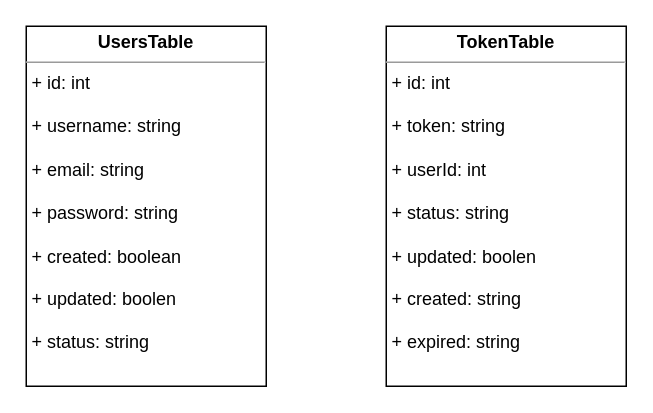
Earlier version of the draw.io diagram feature/fades_auth_db.drawio (ShiryaevNikolay/diagrams). Source tidied: cells renumbered, new cells numbered last; positions are measured from the earlier drawing's top-left corner, leaving out a move shared by most shapes. Both pictures are drawn from the tidied source at 150%, with x=0, y=0 at pixel (26, 26).
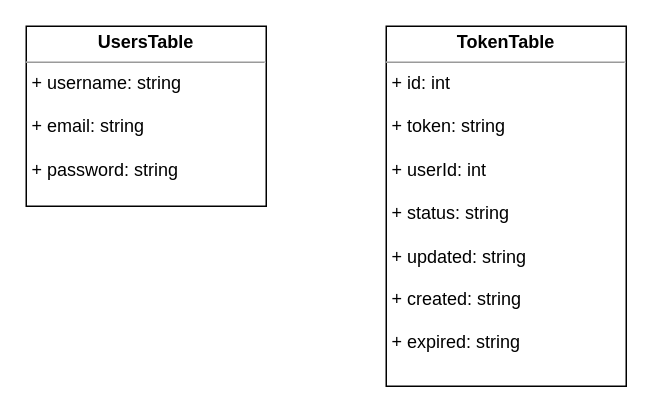
Above is the later version.

The edit, as a diff of the source:
```diff
@@
 <mxGraphModel>
   <root>
     <mxCell id="0" />
     <mxCell id="1" parent="0" />
-    <mxCell id="2" value="&lt;p style=&quot;margin: 0px ; margin-top: 4px ; text-align: center&quot;&gt;&lt;b&gt;UsersTable&lt;/b&gt;&lt;/p&gt;&lt;hr size=&quot;1&quot;&gt;&lt;p style=&quot;margin: 0px ; margin-left: 4px&quot;&gt;+ id: int&lt;/p&gt;&lt;p style=&quot;margin: 0px ; margin-left: 4px&quot;&gt;&lt;br&gt;&lt;/p&gt;&lt;p style=&quot;margin: 0px ; margin-left: 4px&quot;&gt;+ username: string&lt;/p&gt;&lt;p style=&quot;margin: 0px ; margin-left: 4px&quot;&gt;&lt;br&gt;&lt;/p&gt;&lt;p style=&quot;margin: 0px ; margin-left: 4px&quot;&gt;+ email: string&lt;/p&gt;&lt;p style=&quot;margin: 0px ; margin-left: 4px&quot;&gt;&lt;br&gt;&lt;/p&gt;&lt;p style=&quot;margin: 0px ; margin-left: 4px&quot;&gt;+ password: string&lt;/p&gt;&lt;p style=&quot;margin: 0px ; margin-left: 4px&quot;&gt;&lt;br&gt;&lt;/p&gt;&lt;p style=&quot;margin: 0px ; margin-left: 4px&quot;&gt;+ created: boolean&lt;/p&gt;&lt;p style=&quot;margin: 0px ; margin-left: 4px&quot;&gt;&lt;br&gt;&lt;/p&gt;&lt;p style=&quot;margin: 0px ; margin-left: 4px&quot;&gt;+ updated: boolen&lt;/p&gt;&lt;p style=&quot;margin: 0px ; margin-left: 4px&quot;&gt;&lt;br&gt;&lt;/p&gt;&lt;p style=&quot;margin: 0px ; margin-left: 4px&quot;&gt;+ status: string&lt;/p&gt;" style="verticalAlign=top;align=left;overflow=fill;fontSize=12;fontFamily=Helvetica;html=1;" parent="1" vertex="1">
-      <mxGeometry width="160" height="240" as="geometry" />
+    <mxCell id="2" value="&lt;p style=&quot;margin: 0px ; margin-top: 4px ; text-align: center&quot;&gt;&lt;b&gt;UsersTable&lt;/b&gt;&lt;/p&gt;&lt;hr size=&quot;1&quot;&gt;&lt;p style=&quot;margin: 0px ; margin-left: 4px&quot;&gt;&lt;span&gt;+ username: string&lt;/span&gt;&lt;br&gt;&lt;/p&gt;&lt;p style=&quot;margin: 0px ; margin-left: 4px&quot;&gt;&lt;br&gt;&lt;/p&gt;&lt;p style=&quot;margin: 0px ; margin-left: 4px&quot;&gt;+ email: string&lt;/p&gt;&lt;p style=&quot;margin: 0px ; margin-left: 4px&quot;&gt;&lt;br&gt;&lt;/p&gt;&lt;p style=&quot;margin: 0px ; margin-left: 4px&quot;&gt;+ password: string&lt;/p&gt;" style="verticalAlign=top;align=left;overflow=fill;fontSize=12;fontFamily=Helvetica;html=1;" parent="1" vertex="1">
+      <mxGeometry width="160" height="120" as="geometry" />
     </mxCell>
-    <mxCell id="3" value="&lt;p style=&quot;margin: 0px ; margin-top: 4px ; text-align: center&quot;&gt;&lt;b&gt;TokenTable&lt;/b&gt;&lt;/p&gt;&lt;hr size=&quot;1&quot;&gt;&lt;p style=&quot;margin: 0px ; margin-left: 4px&quot;&gt;+ id: int&lt;/p&gt;&lt;p style=&quot;margin: 0px ; margin-left: 4px&quot;&gt;&lt;br&gt;&lt;/p&gt;&lt;p style=&quot;margin: 0px ; margin-left: 4px&quot;&gt;+ token: string&lt;/p&gt;&lt;p style=&quot;margin: 0px ; margin-left: 4px&quot;&gt;&lt;br&gt;&lt;/p&gt;&lt;p style=&quot;margin: 0px ; margin-left: 4px&quot;&gt;+ userId: int&lt;/p&gt;&lt;p style=&quot;margin: 0px ; margin-left: 4px&quot;&gt;&lt;br&gt;&lt;/p&gt;&lt;p style=&quot;margin: 0px ; margin-left: 4px&quot;&gt;+ status: string&lt;/p&gt;&lt;p style=&quot;margin: 0px ; margin-left: 4px&quot;&gt;&lt;br&gt;&lt;/p&gt;&lt;p style=&quot;margin: 0px ; margin-left: 4px&quot;&gt;+ updated: boolen&lt;/p&gt;&lt;p style=&quot;margin: 0px ; margin-left: 4px&quot;&gt;&lt;br&gt;&lt;/p&gt;&lt;p style=&quot;margin: 0px ; margin-left: 4px&quot;&gt;+ created: string&lt;/p&gt;&lt;p style=&quot;margin: 0px ; margin-left: 4px&quot;&gt;&lt;br&gt;&lt;/p&gt;&lt;p style=&quot;margin: 0px ; margin-left: 4px&quot;&gt;+&amp;nbsp;expired: string&lt;/p&gt;" style="verticalAlign=top;align=left;overflow=fill;fontSize=12;fontFamily=Helvetica;html=1;" parent="1" vertex="1">
+    <mxCell id="3" value="&lt;p style=&quot;margin: 0px ; margin-top: 4px ; text-align: center&quot;&gt;&lt;b&gt;TokenTable&lt;/b&gt;&lt;/p&gt;&lt;hr size=&quot;1&quot;&gt;&lt;p style=&quot;margin: 0px ; margin-left: 4px&quot;&gt;+ id: int&lt;/p&gt;&lt;p style=&quot;margin: 0px ; margin-left: 4px&quot;&gt;&lt;br&gt;&lt;/p&gt;&lt;p style=&quot;margin: 0px ; margin-left: 4px&quot;&gt;+ token: string&lt;/p&gt;&lt;p style=&quot;margin: 0px ; margin-left: 4px&quot;&gt;&lt;br&gt;&lt;/p&gt;&lt;p style=&quot;margin: 0px ; margin-left: 4px&quot;&gt;+ userId: int&lt;/p&gt;&lt;p style=&quot;margin: 0px ; margin-left: 4px&quot;&gt;&lt;br&gt;&lt;/p&gt;&lt;p style=&quot;margin: 0px ; margin-left: 4px&quot;&gt;+ status: string&lt;/p&gt;&lt;p style=&quot;margin: 0px ; margin-left: 4px&quot;&gt;&lt;br&gt;&lt;/p&gt;&lt;p style=&quot;margin: 0px ; margin-left: 4px&quot;&gt;+ updated: string&lt;/p&gt;&lt;p style=&quot;margin: 0px ; margin-left: 4px&quot;&gt;&lt;br&gt;&lt;/p&gt;&lt;p style=&quot;margin: 0px ; margin-left: 4px&quot;&gt;+ created: string&lt;/p&gt;&lt;p style=&quot;margin: 0px ; margin-left: 4px&quot;&gt;&lt;br&gt;&lt;/p&gt;&lt;p style=&quot;margin: 0px ; margin-left: 4px&quot;&gt;+&amp;nbsp;expired: string&lt;/p&gt;" style="verticalAlign=top;align=left;overflow=fill;fontSize=12;fontFamily=Helvetica;html=1;" parent="1" vertex="1">
       <mxGeometry x="240" width="160" height="240" as="geometry" />
     </mxCell>
   </root>
 </mxGraphModel>
```
